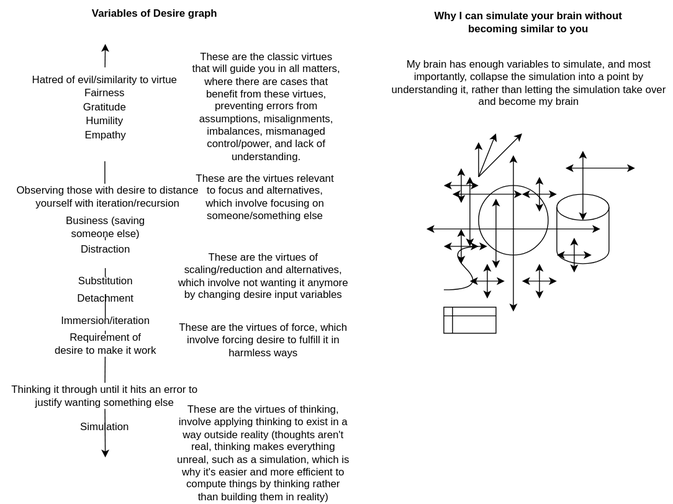
Before: docs/objects/virtue_graph.drawio.svg, a diagram exported from draw.io (outdreamer/build-a-cure). Source tidied: cells renumbered, new cells last; positions are measured from the earlier drawing's top-left corner, leaving out a move shared by most shapes.
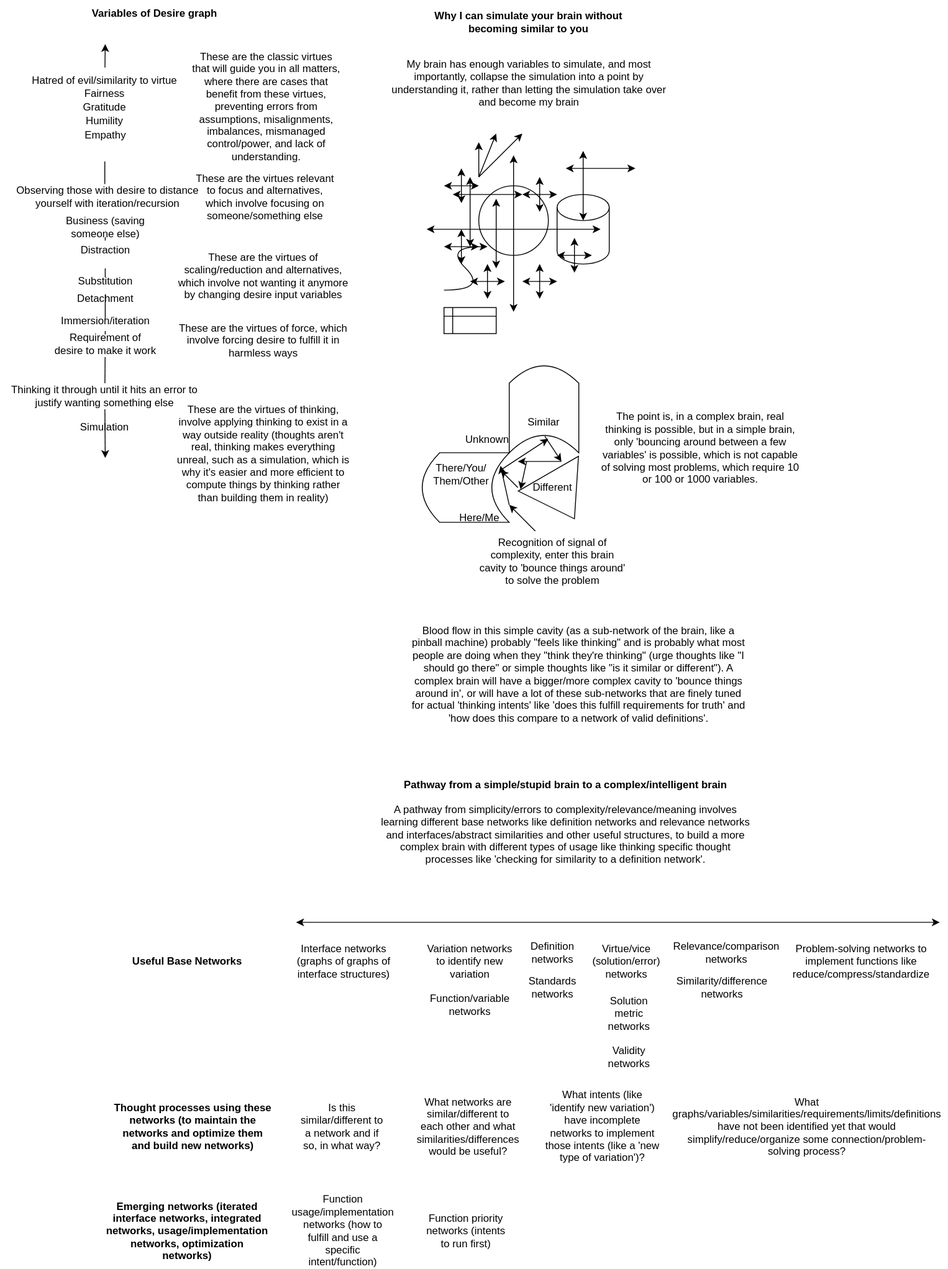
The same file after the commit.

Change to the diagram source:
```diff
@@ -269,5 +269,145 @@
         <mxPoint x="120" y="95" as="targetPoint" />
       </mxGeometry>
     </mxCell>
+    <mxCell id="61" value="The point is, in a complex brain, real thinking is possible, but in a simple brain, only 'bouncing around between a few variables' is possible, which is not capable of solving most problems, which require 10 or 100 or 1000 variables." style="text;html=1;strokeColor=none;fillColor=none;align=center;verticalAlign=middle;whiteSpace=wrap;rounded=0;" parent="1" vertex="1">
+      <mxGeometry x="690" y="500" width="230" height="30" as="geometry" />
+    </mxCell>
+    <mxCell id="62" style="shape=dataStorage;whiteSpace=wrap;html=1;fixedSize=1;" parent="1" vertex="1">
+      <mxGeometry x="485" y="520" width="100" height="80" as="geometry" />
+    </mxCell>
+    <mxCell id="63" style="shape=dataStorage;whiteSpace=wrap;html=1;fixedSize=1;rotation=90;" parent="1" vertex="1">
+      <mxGeometry x="575" y="430" width="100" height="80" as="geometry" />
+    </mxCell>
+    <mxCell id="64" style="triangle;whiteSpace=wrap;html=1;rotation=60;" parent="1" vertex="1">
+      <mxGeometry x="615" y="530" width="60" height="80" as="geometry" />
+    </mxCell>
+    <mxCell id="65" value="Blood flow in this simple cavity (as a sub-network of the brain, like a pinball machine) probably &quot;feels like thinking&quot; and is probably what most people are doing when they &quot;think they're thinking&quot; (urge thoughts like &quot;I should go there&quot; or simple thoughts like &quot;is it similar or different&quot;). A complex brain will have a bigger/more complex cavity to 'bounce things around in', or will have a lot of these sub-networks that are finely tuned for actual 'thinking intents' like 'does this fulfill requirements for truth' and 'how does this compare to a network of valid definitions'." style="text;html=1;strokeColor=none;fillColor=none;align=center;verticalAlign=middle;whiteSpace=wrap;rounded=0;" parent="1" vertex="1">
+      <mxGeometry x="470" y="760" width="390" height="30" as="geometry" />
+    </mxCell>
+    <mxCell id="66" style="endArrow=classic;html=1;rounded=0;entryX=1;entryY=0.75;entryDx=0;entryDy=0;" parent="1" edge="1" target="62">
+      <mxGeometry relative="1" as="geometry">
+        <mxPoint x="615" y="610" as="sourcePoint" />
+      </mxGeometry>
+    </mxCell>
+    <mxCell id="67" style="endArrow=classic;html=1;rounded=0;entryX=1;entryY=0.75;entryDx=0;entryDy=0;" parent="1" edge="1">
+      <mxGeometry relative="1" as="geometry">
+        <mxPoint x="585" y="580" as="sourcePoint" />
+        <mxPoint x="575" y="535" as="targetPoint" />
+      </mxGeometry>
+    </mxCell>
+    <mxCell id="68" style="endArrow=classic;html=1;rounded=0;entryX=0.84;entryY=0.438;entryDx=0;entryDy=0;entryPerimeter=0;" parent="1" edge="1" target="63">
+      <mxGeometry relative="1" as="geometry">
+        <mxPoint x="575" y="540" as="sourcePoint" />
+      </mxGeometry>
+    </mxCell>
+    <mxCell id="69" style="endArrow=classic;html=1;rounded=0;exitX=0.81;exitY=0.488;exitDx=0;exitDy=0;exitPerimeter=0;" parent="1" edge="1" source="63">
+      <mxGeometry relative="1" as="geometry">
+        <mxPoint x="645" y="530" as="targetPoint" />
+      </mxGeometry>
+    </mxCell>
+    <mxCell id="70" style="endArrow=classic;html=1;rounded=0;" parent="1" edge="1">
+      <mxGeometry relative="1" as="geometry">
+        <mxPoint x="645" y="530" as="sourcePoint" />
+        <mxPoint x="595" y="530" as="targetPoint" />
+      </mxGeometry>
+    </mxCell>
+    <mxCell id="71" style="endArrow=classic;html=1;rounded=0;entryX=-0.007;entryY=0.959;entryDx=0;entryDy=0;entryPerimeter=0;" parent="1" edge="1" target="64">
+      <mxGeometry relative="1" as="geometry">
+        <mxPoint x="605" y="530" as="sourcePoint" />
+      </mxGeometry>
+    </mxCell>
+    <mxCell id="72" style="endArrow=classic;html=1;rounded=0;" parent="1" edge="1">
+      <mxGeometry relative="1" as="geometry">
+        <mxPoint x="595" y="560" as="sourcePoint" />
+        <mxPoint x="575" y="540" as="targetPoint" />
+      </mxGeometry>
+    </mxCell>
+    <mxCell id="73" value="Similar" style="text;html=1;strokeColor=none;fillColor=none;align=center;verticalAlign=middle;whiteSpace=wrap;rounded=0;" parent="1" vertex="1">
+      <mxGeometry x="595" y="470" width="60" height="30" as="geometry" />
+    </mxCell>
+    <mxCell id="74" value="Unknown" style="text;html=1;strokeColor=none;fillColor=none;align=center;verticalAlign=middle;whiteSpace=wrap;rounded=0;" parent="1" vertex="1">
+      <mxGeometry x="530" y="490" width="60" height="30" as="geometry" />
+    </mxCell>
+    <mxCell id="75" value="Different" style="text;html=1;strokeColor=none;fillColor=none;align=center;verticalAlign=middle;whiteSpace=wrap;rounded=0;" parent="1" vertex="1">
+      <mxGeometry x="605" y="545" width="60" height="30" as="geometry" />
+    </mxCell>
+    <mxCell id="76" value="There/You/&lt;br&gt;Them/Other" style="text;html=1;strokeColor=none;fillColor=none;align=center;verticalAlign=middle;whiteSpace=wrap;rounded=0;" parent="1" vertex="1">
+      <mxGeometry x="500" y="530" width="60" height="30" as="geometry" />
+    </mxCell>
+    <mxCell id="77" value="Here/Me" style="text;html=1;strokeColor=none;fillColor=none;align=center;verticalAlign=middle;whiteSpace=wrap;rounded=0;" parent="1" vertex="1">
+      <mxGeometry x="520.5" y="580" width="60" height="30" as="geometry" />
+    </mxCell>
+    <mxCell id="78" value="Recognition of signal of complexity, enter this brain cavity to 'bounce things around' to solve the problem" style="text;html=1;strokeColor=none;fillColor=none;align=center;verticalAlign=middle;whiteSpace=wrap;rounded=0;" parent="1" vertex="1">
+      <mxGeometry x="550" y="630" width="170" height="30" as="geometry" />
+    </mxCell>
+    <mxCell id="79" style="endArrow=classic;startArrow=classic;html=1;rounded=0;" parent="1" edge="1">
+      <mxGeometry relative="1" as="geometry">
+        <mxPoint x="340" y="1060" as="sourcePoint" />
+        <mxPoint x="1080" y="1060" as="targetPoint" />
+      </mxGeometry>
+    </mxCell>
+    <mxCell id="80" value="&lt;b&gt;Pathway from a simple/stupid brain to a complex/intelligent brain&lt;br&gt;&lt;/b&gt;&lt;br&gt;A pathway from simplicity/errors to complexity/relevance/meaning involves learning different base networks like definition networks and relevance networks and interfaces/abstract similarities and other useful structures, to build a more complex brain with different types of usage like thinking specific thought processes like 'checking for similarity to a definition network'." style="text;html=1;strokeColor=none;fillColor=none;align=center;verticalAlign=middle;whiteSpace=wrap;rounded=0;" parent="1" vertex="1">
+      <mxGeometry x="430.4" y="930" width="439.8" height="30" as="geometry" />
+    </mxCell>
+    <mxCell id="81" value="Definition networks" style="text;html=1;strokeColor=none;fillColor=none;align=center;verticalAlign=middle;whiteSpace=wrap;rounded=0;" parent="1" vertex="1">
+      <mxGeometry x="605.2" y="1080" width="60" height="30" as="geometry" />
+    </mxCell>
+    <mxCell id="82" value="Virtue/vice (solution/error) networks" style="text;html=1;strokeColor=none;fillColor=none;align=center;verticalAlign=middle;whiteSpace=wrap;rounded=0;" parent="1" vertex="1">
+      <mxGeometry x="690.2" y="1090" width="60" height="30" as="geometry" />
+    </mxCell>
+    <mxCell id="83" value="Relevance/comparison networks" style="text;html=1;strokeColor=none;fillColor=none;align=center;verticalAlign=middle;whiteSpace=wrap;rounded=0;" parent="1" vertex="1">
+      <mxGeometry x="805" y="1080" width="60" height="30" as="geometry" />
+    </mxCell>
+    <mxCell id="84" value="Problem-solving networks to implement functions like reduce/compress/standardize" style="text;html=1;strokeColor=none;fillColor=none;align=center;verticalAlign=middle;whiteSpace=wrap;rounded=0;" parent="1" vertex="1">
+      <mxGeometry x="959.8" y="1090" width="60" height="30" as="geometry" />
+    </mxCell>
+    <mxCell id="85" value="Variation networks to identify new variation" style="text;html=1;strokeColor=none;fillColor=none;align=center;verticalAlign=middle;whiteSpace=wrap;rounded=0;" parent="1" vertex="1">
+      <mxGeometry x="485.2" y="1090" width="110.2" height="30" as="geometry" />
+    </mxCell>
+    <mxCell id="86" value="Similarity/difference networks" style="text;html=1;strokeColor=none;fillColor=none;align=center;verticalAlign=middle;whiteSpace=wrap;rounded=0;" parent="1" vertex="1">
+      <mxGeometry x="800" y="1120" width="60" height="30" as="geometry" />
+    </mxCell>
+    <mxCell id="87" value="Standards networks" style="text;html=1;strokeColor=none;fillColor=none;align=center;verticalAlign=middle;whiteSpace=wrap;rounded=0;" parent="1" vertex="1">
+      <mxGeometry x="605.2" y="1120" width="60" height="30" as="geometry" />
+    </mxCell>
+    <mxCell id="88" value="Interface networks (graphs of graphs of interface structures)" style="text;html=1;strokeColor=none;fillColor=none;align=center;verticalAlign=middle;whiteSpace=wrap;rounded=0;" parent="1" vertex="1">
+      <mxGeometry x="340" y="1090" width="110" height="30" as="geometry" />
+    </mxCell>
+    <mxCell id="89" value="Solution metric networks" style="text;html=1;strokeColor=none;fillColor=none;align=center;verticalAlign=middle;whiteSpace=wrap;rounded=0;" parent="1" vertex="1">
+      <mxGeometry x="692.8" y="1150" width="60" height="30" as="geometry" />
+    </mxCell>
+    <mxCell id="90" value="Validity networks" style="text;html=1;strokeColor=none;fillColor=none;align=center;verticalAlign=middle;whiteSpace=wrap;rounded=0;" parent="1" vertex="1">
+      <mxGeometry x="692.8" y="1200" width="60" height="30" as="geometry" />
+    </mxCell>
+    <mxCell id="91" value="Function/variable networks" style="text;html=1;strokeColor=none;fillColor=none;align=center;verticalAlign=middle;whiteSpace=wrap;rounded=0;" parent="1" vertex="1">
+      <mxGeometry x="510.4" y="1140" width="60" height="30" as="geometry" />
+    </mxCell>
+    <mxCell id="92" value="Thought processes using these networks (to maintain the networks and optimize them and build new networks)" style="text;html=1;strokeColor=none;fillColor=none;align=center;verticalAlign=middle;whiteSpace=wrap;rounded=0;fontStyle=1;" parent="1" vertex="1">
+      <mxGeometry x="129.5" y="1280" width="183" height="30" as="geometry" />
+    </mxCell>
+    <mxCell id="93" value="Useful Base Networks" style="text;html=1;strokeColor=none;fillColor=none;align=center;verticalAlign=middle;whiteSpace=wrap;rounded=0;fontStyle=1;" parent="1" vertex="1">
+      <mxGeometry x="139.5" y="1090" width="150" height="30" as="geometry" />
+    </mxCell>
+    <mxCell id="94" value="Emerging networks (iterated interface networks, integrated networks, usage/implementation networks, optimization networks)" style="text;html=1;strokeColor=none;fillColor=none;align=center;verticalAlign=middle;whiteSpace=wrap;rounded=0;fontStyle=1;" parent="1" vertex="1">
+      <mxGeometry x="120" y="1400" width="190" height="30" as="geometry" />
+    </mxCell>
+    <mxCell id="95" value="Function usage/implementation networks (how to fulfill and use a specific intent/function)" style="text;html=1;strokeColor=none;fillColor=none;align=center;verticalAlign=middle;whiteSpace=wrap;rounded=0;" parent="1" vertex="1">
+      <mxGeometry x="363.8" y="1400" width="60" height="30" as="geometry" />
+    </mxCell>
+    <mxCell id="96" value="Function priority networks (intents to run first)" style="text;html=1;strokeColor=none;fillColor=none;align=center;verticalAlign=middle;whiteSpace=wrap;rounded=0;" parent="1" vertex="1">
+      <mxGeometry x="485.2" y="1400" width="100.9" height="30" as="geometry" />
+    </mxCell>
+    <mxCell id="97" value="Is this similar/different to a network and if so, in what way?" style="text;html=1;strokeColor=none;fillColor=none;align=center;verticalAlign=middle;whiteSpace=wrap;rounded=0;" parent="1" vertex="1">
+      <mxGeometry x="340" y="1280" width="105.8" height="30" as="geometry" />
+    </mxCell>
+    <mxCell id="98" value="What networks are similar/different to each other and what similarities/differences would be useful?" style="text;html=1;strokeColor=none;fillColor=none;align=center;verticalAlign=middle;whiteSpace=wrap;rounded=0;" parent="1" vertex="1">
+      <mxGeometry x="485.2" y="1280" width="105.8" height="30" as="geometry" />
+    </mxCell>
+    <mxCell id="99" value="What intents (like 'identify new variation') have incomplete networks to implement those intents (like a 'new type of variation')?" style="text;html=1;strokeColor=none;fillColor=none;align=center;verticalAlign=middle;whiteSpace=wrap;rounded=0;" parent="1" vertex="1">
+      <mxGeometry x="624.5" y="1280" width="135" height="30" as="geometry" />
+    </mxCell>
+    <mxCell id="100" value="What graphs/variables/similarities/requirements/limits/definitions have not been identified yet that would simplify/reduce/organize some connection/problem-solving process?" style="text;html=1;strokeColor=none;fillColor=none;align=center;verticalAlign=middle;whiteSpace=wrap;rounded=0;" parent="1" vertex="1">
+      <mxGeometry x="860" y="1280" width="135" height="30" as="geometry" />
+    </mxCell>
   </root>
 </mxGraphModel>
```
